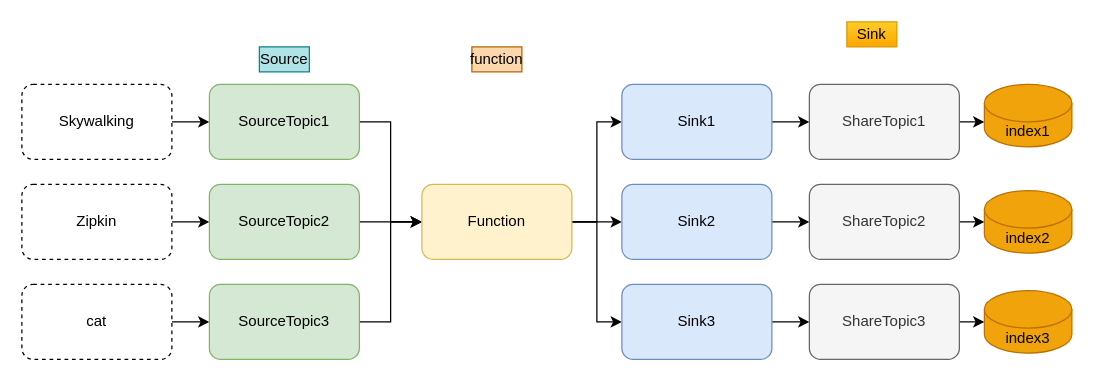
Above: 调用链.drawio in wuchenxi123/draw (draw.io), before the change. Source tidied: cells renumbered, new cells numbered last; positions are measured from the earlier drawing's top-left corner, leaving out a move shared by most shapes. Both pictures are drawn from the tidied source at 125%, with x=0, y=0 at pixel (21, 21).
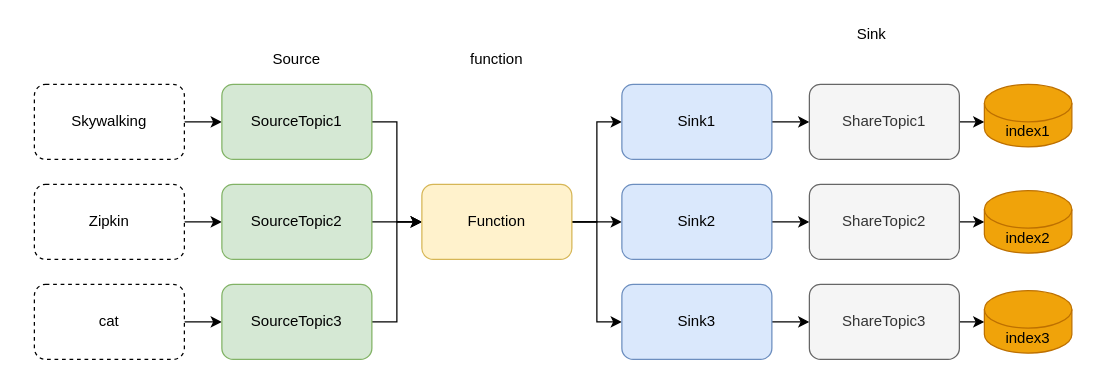
The same page after the edit.

The edit, as a diff of the source:
```diff
@@
     <mxCell id="3" value="Skywalking" style="rounded=1;whiteSpace=wrap;html=1;dashed=1;" parent="1" vertex="1">
-      <mxGeometry y="50" width="120" height="60" as="geometry" />
+      <mxGeometry x="10" y="50" width="120" height="60" as="geometry" />
     </mxCell>
@@
     <mxCell id="5" value="Zipkin" style="rounded=1;whiteSpace=wrap;html=1;dashed=1;" parent="1" vertex="1">
-      <mxGeometry y="130" width="120" height="60" as="geometry" />
+      <mxGeometry x="10" y="130" width="120" height="60" as="geometry" />
     </mxCell>
@@
     <mxCell id="7" value="cat" style="rounded=1;whiteSpace=wrap;html=1;dashed=1;" parent="1" vertex="1">
-      <mxGeometry y="210" width="120" height="60" as="geometry" />
+      <mxGeometry x="10" y="210" width="120" height="60" as="geometry" />
     </mxCell>
@@
     <mxCell id="9" value="SourceTopic1" style="rounded=1;whiteSpace=wrap;html=1;fillColor=#d5e8d4;strokeColor=#82b366;" parent="1" vertex="1">
-      <mxGeometry x="150" y="50" width="120" height="60" as="geometry" />
+      <mxGeometry x="160" y="50" width="120" height="60" as="geometry" />
     </mxCell>
@@
     <mxCell id="11" value="SourceTopic2" style="rounded=1;whiteSpace=wrap;html=1;fillColor=#d5e8d4;strokeColor=#82b366;" parent="1" vertex="1">
-      <mxGeometry x="150" y="130" width="120" height="60" as="geometry" />
+      <mxGeometry x="160" y="130" width="120" height="60" as="geometry" />
     </mxCell>
@@
     <mxCell id="13" value="SourceTopic3" style="rounded=1;whiteSpace=wrap;html=1;fillColor=#d5e8d4;strokeColor=#82b366;" parent="1" vertex="1">
-      <mxGeometry x="150" y="210" width="120" height="60" as="geometry" />
+      <mxGeometry x="160" y="210" width="120" height="60" as="geometry" />
     </mxCell>
-    <mxCell id="14" value="Source" style="text;html=1;strokeColor=#0e8088;fillColor=#b0e3e6;align=center;verticalAlign=middle;whiteSpace=wrap;rounded=0;" parent="1" vertex="1">
-      <mxGeometry x="190" y="20" width="40" height="20" as="geometry" />
+    <mxCell id="14" value="Source" style="text;html=1;align=center;verticalAlign=middle;whiteSpace=wrap;rounded=0;" parent="1" vertex="1">
+      <mxGeometry x="200" y="20" width="40" height="20" as="geometry" />
     </mxCell>
@@
-    <mxCell id="34" value="function" style="text;html=1;strokeColor=#b46504;fillColor=#fad7ac;align=center;verticalAlign=middle;whiteSpace=wrap;rounded=0;" parent="1" vertex="1">
+    <mxCell id="34" value="function" style="text;html=1;align=center;verticalAlign=middle;whiteSpace=wrap;rounded=0;" parent="1" vertex="1">
       <mxGeometry x="360" y="20" width="40" height="20" as="geometry" />
     </mxCell>
-    <mxCell id="35" value="Sink" style="text;html=1;strokeColor=#d79b00;fillColor=#ffcd28;align=center;verticalAlign=middle;whiteSpace=wrap;rounded=0;gradientColor=#ffa500;" parent="1" vertex="1">
+    <mxCell id="35" value="Sink" style="text;html=1;align=center;verticalAlign=middle;whiteSpace=wrap;rounded=0;" parent="1" vertex="1">
       <mxGeometry x="660" width="40" height="20" as="geometry" />
     </mxCell>
```
